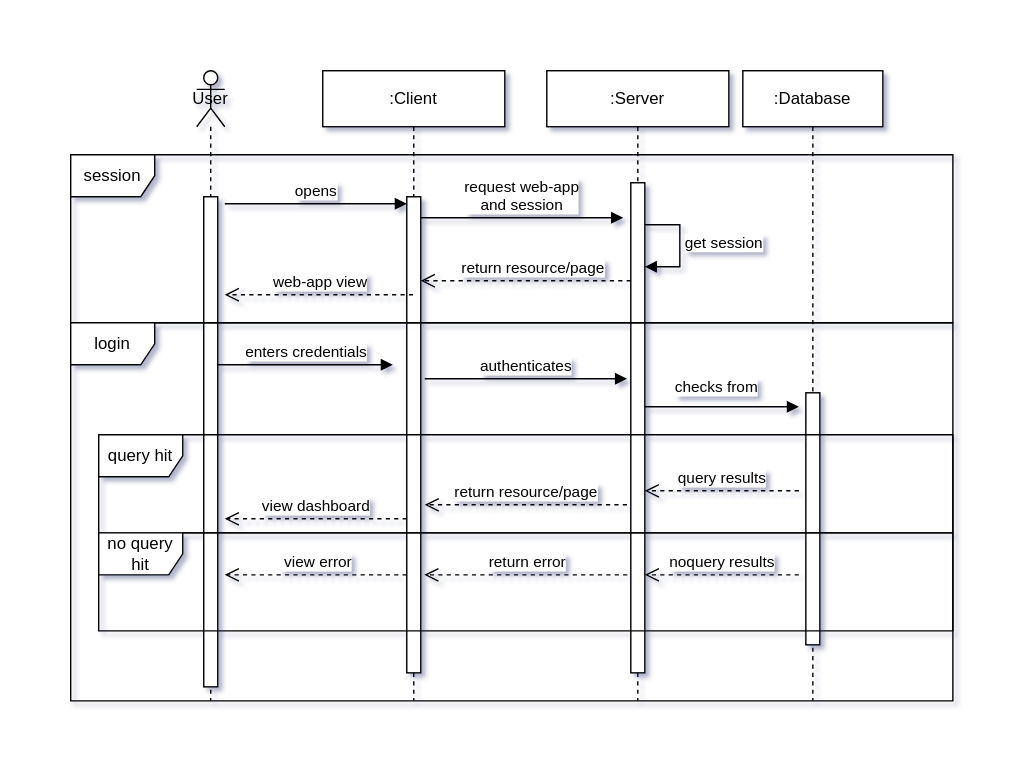
This is software requirement/spec/media/sequence/login-session.drawio.svg from nati-esh-zed/online_shopping_webapp, a draw.io export, as it was before one commit. Source tidied: cells renumbered, new cells last; positions are measured from the earlier drawing's top-left corner, leaving out a move shared by most shapes. Its diagram source:
```xml
<mxGraphModel>
  <root>
    <mxCell id="0" />
    <mxCell id="1" parent="0" />
    <mxCell id="2" value="get session" style="html=1;align=left;spacingLeft=2;endArrow=block;rounded=0;edgeStyle=orthogonalEdgeStyle;curved=0;rounded=0;" parent="1" edge="1">
      <mxGeometry relative="1" as="geometry">
        <mxPoint x="405" y="110" as="sourcePoint" />
        <mxPoint x="410" y="140" as="targetPoint" />
        <Array as="points">
          <mxPoint x="435" y="140" />
        </Array>
      </mxGeometry>
    </mxCell>
    <mxCell id="3" value=":Server" style="shape=umlLifeline;perimeter=lifelinePerimeter;whiteSpace=wrap;html=1;newEdgeStyle={&quot;curved&quot;:0,&quot;rounded&quot;:0};size=40;" parent="1" vertex="1">
      <mxGeometry x="340" width="130" height="450" as="geometry" />
    </mxCell>
    <mxCell id="4" style="html=1;points=[[0,0,0,0,5],[0,1,0,0,-5],[1,0,0,0,5],[1,1,0,0,-5]];perimeter=orthogonalPerimeter;outlineConnect=0;targetShapes=umlLifeline;portConstraint=eastwest;newEdgeStyle={&quot;curved&quot;:0,&quot;rounded&quot;:0};" parent="3" vertex="1">
      <mxGeometry x="60" y="80" width="10" height="350" as="geometry" />
    </mxCell>
    <mxCell id="5" value=":Client" style="shape=umlLifeline;perimeter=lifelinePerimeter;whiteSpace=wrap;html=1;outlineConnect=0;portConstraint=eastwest;newEdgeStyle={&quot;curved&quot;:0,&quot;rounded&quot;:0};" parent="1" vertex="1">
      <mxGeometry x="180" width="130" height="450" as="geometry" />
    </mxCell>
    <mxCell id="6" style="html=1;points=[[0,0,0,0,5],[0,1,0,0,-5],[1,0,0,0,5],[1,1,0,0,-5]];perimeter=orthogonalPerimeter;outlineConnect=0;targetShapes=umlLifeline;portConstraint=eastwest;newEdgeStyle={&quot;curved&quot;:0,&quot;rounded&quot;:0};" parent="5" vertex="1">
      <mxGeometry x="60" y="90" width="10" height="340" as="geometry" />
    </mxCell>
    <mxCell id="7" value="opens" style="html=1;verticalAlign=bottom;endArrow=block;curved=0;rounded=0;entryX=0;entryY=0;entryDx=0;entryDy=5;" parent="5" edge="1" target="6">
      <mxGeometry relative="1" as="geometry">
        <mxPoint x="-70" y="95" as="sourcePoint" />
      </mxGeometry>
    </mxCell>
    <mxCell id="8" value="User" style="shape=umlLifeline;perimeter=lifelinePerimeter;whiteSpace=wrap;html=1;newEdgeStyle={&quot;curved&quot;:0,&quot;rounded&quot;:0};participant=umlActor;size=40;" parent="1" vertex="1">
      <mxGeometry x="90" width="20" height="450" as="geometry" />
    </mxCell>
    <mxCell id="9" style="html=1;perimeter=orthogonalPerimeter;targetShapes=umlLifeline;newEdgeStyle={&quot;curved&quot;:0,&quot;rounded&quot;:0};" parent="8" vertex="1">
      <mxGeometry x="5" y="90" width="10" height="350" as="geometry" />
    </mxCell>
    <mxCell id="10" value=":Database" style="shape=umlLifeline;perimeter=lifelinePerimeter;whiteSpace=wrap;html=1;newEdgeStyle={&quot;curved&quot;:0,&quot;rounded&quot;:0};" parent="1" vertex="1">
      <mxGeometry x="480" width="100" height="450" as="geometry" />
    </mxCell>
    <mxCell id="11" style="html=1;perimeter=orthogonalPerimeter;targetShapes=umlLifeline;newEdgeStyle={&quot;curved&quot;:0,&quot;rounded&quot;:0};" parent="10" vertex="1">
      <mxGeometry x="45" y="230" width="10" height="180" as="geometry" />
    </mxCell>
    <mxCell id="12" value="web-app view" style="html=1;verticalAlign=bottom;endArrow=open;dashed=1;endSize=8;curved=0;rounded=0;" parent="1" edge="1" source="5">
      <mxGeometry x="-0.01" relative="1" as="geometry">
        <mxPoint x="110" y="160" as="targetPoint" />
      </mxGeometry>
    </mxCell>
    <mxCell id="13" value="session" style="shape=umlFrame;whiteSpace=wrap;html=1;" parent="1" vertex="1">
      <mxGeometry y="60" width="630" height="120" as="geometry" />
    </mxCell>
    <mxCell id="14" value="login" style="shape=umlFrame;whiteSpace=wrap;html=1;" parent="1" vertex="1">
      <mxGeometry y="180" width="630" height="270" as="geometry" />
    </mxCell>
    <mxCell id="15" value="enters credentials" style="html=1;verticalAlign=bottom;endArrow=block;curved=0;rounded=0;" parent="1" edge="1">
      <mxGeometry relative="1" as="geometry">
        <mxPoint x="105" y="210" as="sourcePoint" />
        <mxPoint x="230" y="210" as="targetPoint" />
      </mxGeometry>
    </mxCell>
    <mxCell id="16" value="view dashboard" style="html=1;verticalAlign=bottom;endArrow=open;dashed=1;endSize=8;curved=0;rounded=0;" parent="1" edge="1">
      <mxGeometry x="-0.01" relative="1" as="geometry">
        <mxPoint x="240" y="320" as="sourcePoint" />
        <mxPoint x="110" y="320" as="targetPoint" />
      </mxGeometry>
    </mxCell>
    <mxCell id="17" value="return resource/page" style="html=1;verticalAlign=bottom;endArrow=open;dashed=1;endSize=8;curved=0;rounded=0;" parent="1" edge="1">
      <mxGeometry relative="1" as="geometry">
        <mxPoint x="397.2" y="310" as="sourcePoint" />
        <mxPoint x="252.8" y="310" as="targetPoint" />
      </mxGeometry>
    </mxCell>
    <mxCell id="18" value="authenticates" style="html=1;verticalAlign=bottom;endArrow=block;curved=0;rounded=0;" parent="1" edge="1">
      <mxGeometry relative="1" as="geometry">
        <mxPoint x="252.8" y="220" as="sourcePoint" />
        <mxPoint x="397.2" y="220" as="targetPoint" />
      </mxGeometry>
    </mxCell>
    <mxCell id="19" style="html=1;verticalAlign=bottom;endArrow=block;curved=0;rounded=0;" parent="1" edge="1">
      <mxGeometry relative="1" as="geometry">
        <mxPoint x="410" y="240" as="sourcePoint" />
        <mxPoint x="520" y="240" as="targetPoint" />
      </mxGeometry>
    </mxCell>
    <mxCell id="20" value="checks from" style="edgeLabel;html=1;align=center;verticalAlign=middle;" parent="19" vertex="1">
      <mxGeometry x="-0.09" y="2" relative="1" as="geometry">
        <mxPoint y="-13" as="offset" />
      </mxGeometry>
    </mxCell>
    <mxCell id="21" value="query results" style="html=1;verticalAlign=bottom;endArrow=open;dashed=1;endSize=8;curved=0;rounded=0;" parent="1" edge="1" target="4">
      <mxGeometry relative="1" as="geometry">
        <mxPoint x="520" y="300" as="sourcePoint" />
      </mxGeometry>
    </mxCell>
    <mxCell id="22" value="noquery results" style="html=1;verticalAlign=bottom;endArrow=open;dashed=1;endSize=8;curved=0;rounded=0;" parent="1" edge="1">
      <mxGeometry relative="1" as="geometry">
        <mxPoint x="520" y="360" as="sourcePoint" />
        <mxPoint x="410" y="360" as="targetPoint" />
      </mxGeometry>
    </mxCell>
    <mxCell id="23" value="return error" style="html=1;verticalAlign=bottom;endArrow=open;dashed=1;endSize=8;curved=0;rounded=0;" parent="1" edge="1">
      <mxGeometry relative="1" as="geometry">
        <mxPoint x="397.5" y="360" as="sourcePoint" />
        <mxPoint x="252.5" y="360" as="targetPoint" />
      </mxGeometry>
    </mxCell>
    <mxCell id="24" value="&amp;nbsp;view error" style="html=1;verticalAlign=bottom;endArrow=open;dashed=1;endSize=8;curved=0;rounded=0;" parent="1" edge="1" source="6">
      <mxGeometry x="-0.01" relative="1" as="geometry">
        <mxPoint x="110" y="360" as="targetPoint" />
      </mxGeometry>
    </mxCell>
    <mxCell id="25" value="query hit" style="shape=umlFrame;whiteSpace=wrap;html=1;" parent="1" vertex="1">
      <mxGeometry x="20" y="260" width="610" height="70" as="geometry" />
    </mxCell>
    <mxCell id="26" value="no query hit" style="shape=umlFrame;whiteSpace=wrap;html=1;" parent="1" vertex="1">
      <mxGeometry x="20" y="330" width="610" height="70" as="geometry" />
    </mxCell>
    <mxCell id="27" value="return resource/page" style="html=1;verticalAlign=bottom;endArrow=open;dashed=1;endSize=8;curved=0;rounded=0;" parent="1" edge="1">
      <mxGeometry x="-0.07" relative="1" as="geometry">
        <mxPoint x="400" y="150" as="sourcePoint" />
        <mxPoint x="250" y="150" as="targetPoint" />
      </mxGeometry>
    </mxCell>
    <mxCell id="28" value="request web-app &lt;br&gt;and session" style="html=1;verticalAlign=bottom;endArrow=block;curved=0;rounded=0;" parent="1" edge="1">
      <mxGeometry relative="1" as="geometry">
        <mxPoint x="250" y="105" as="sourcePoint" />
        <mxPoint x="394.5" y="105" as="targetPoint" />
      </mxGeometry>
    </mxCell>
  </root>
</mxGraphModel>
```
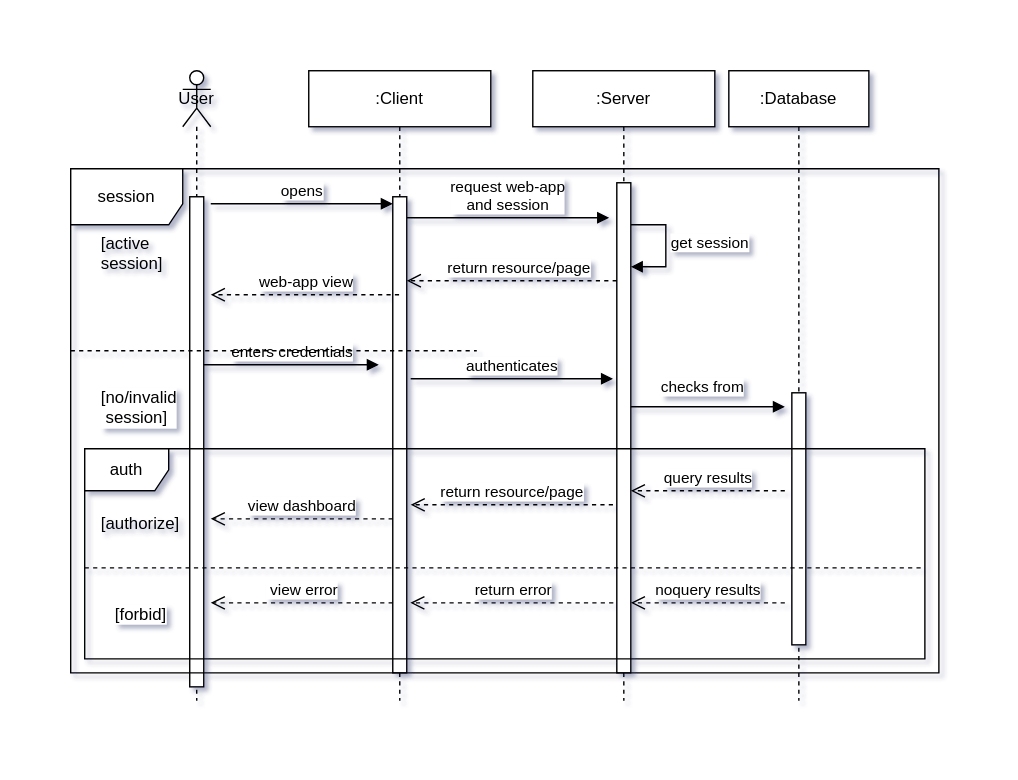
After the change.

Commit message:
update SRS and Sequence diagram, add Component diagram + write more topics on Chapter 4

Diff of the diagram source:
```diff
@@ -45,12 +45,6 @@
         <mxPoint x="110" y="160" as="targetPoint" />
       </mxGeometry>
     </mxCell>
-    <mxCell id="13" value="session" style="shape=umlFrame;whiteSpace=wrap;html=1;" parent="1" vertex="1">
-      <mxGeometry y="60" width="630" height="120" as="geometry" />
-    </mxCell>
-    <mxCell id="14" value="login" style="shape=umlFrame;whiteSpace=wrap;html=1;" parent="1" vertex="1">
-      <mxGeometry y="180" width="630" height="270" as="geometry" />
-    </mxCell>
     <mxCell id="15" value="enters credentials" style="html=1;verticalAlign=bottom;endArrow=block;curved=0;rounded=0;" parent="1" edge="1">
       <mxGeometry relative="1" as="geometry">
         <mxPoint x="105" y="210" as="sourcePoint" />
@@ -91,29 +85,6 @@
         <mxPoint x="520" y="300" as="sourcePoint" />
       </mxGeometry>
     </mxCell>
-    <mxCell id="22" value="noquery results" style="html=1;verticalAlign=bottom;endArrow=open;dashed=1;endSize=8;curved=0;rounded=0;" parent="1" edge="1">
-      <mxGeometry relative="1" as="geometry">
-        <mxPoint x="520" y="360" as="sourcePoint" />
-        <mxPoint x="410" y="360" as="targetPoint" />
-      </mxGeometry>
-    </mxCell>
-    <mxCell id="23" value="return error" style="html=1;verticalAlign=bottom;endArrow=open;dashed=1;endSize=8;curved=0;rounded=0;" parent="1" edge="1">
-      <mxGeometry relative="1" as="geometry">
-        <mxPoint x="397.5" y="360" as="sourcePoint" />
-        <mxPoint x="252.5" y="360" as="targetPoint" />
-      </mxGeometry>
-    </mxCell>
-    <mxCell id="24" value="&amp;nbsp;view error" style="html=1;verticalAlign=bottom;endArrow=open;dashed=1;endSize=8;curved=0;rounded=0;" parent="1" edge="1" source="6">
-      <mxGeometry x="-0.01" relative="1" as="geometry">
-        <mxPoint x="110" y="360" as="targetPoint" />
-      </mxGeometry>
-    </mxCell>
-    <mxCell id="25" value="query hit" style="shape=umlFrame;whiteSpace=wrap;html=1;" parent="1" vertex="1">
-      <mxGeometry x="20" y="260" width="610" height="70" as="geometry" />
-    </mxCell>
-    <mxCell id="26" value="no query hit" style="shape=umlFrame;whiteSpace=wrap;html=1;" parent="1" vertex="1">
-      <mxGeometry x="20" y="330" width="610" height="70" as="geometry" />
-    </mxCell>
     <mxCell id="27" value="return resource/page" style="html=1;verticalAlign=bottom;endArrow=open;dashed=1;endSize=8;curved=0;rounded=0;" parent="1" edge="1">
       <mxGeometry x="-0.07" relative="1" as="geometry">
         <mxPoint x="400" y="150" as="sourcePoint" />
@@ -126,5 +97,45 @@
         <mxPoint x="394.5" y="105" as="targetPoint" />
       </mxGeometry>
     </mxCell>
+    <mxCell id="13" value="session" style="shape=umlFrame;whiteSpace=wrap;html=1;width=80;height=40;" parent="1" vertex="1">
+      <mxGeometry x="10" y="70" width="620" height="360" as="geometry" />
+    </mxCell>
+    <mxCell id="29" value="[active&lt;br&gt;session]" style="text;html=1;" parent="13" vertex="1">
+      <mxGeometry width="100" height="20" relative="1" as="geometry">
+        <mxPoint x="20" y="40" as="offset" />
+      </mxGeometry>
+    </mxCell>
+    <mxCell id="30" value="[no/invalid&lt;br&gt;&amp;nbsp;session]" style="line;strokeWidth=1;dashed=1;labelPosition=center;verticalLabelPosition=bottom;align=left;verticalAlign=top;spacingLeft=20;spacingTop=15;html=1;whiteSpace=wrap;" parent="13" vertex="1">
+      <mxGeometry y="125" width="290" height="10" as="geometry" />
+    </mxCell>
+    <mxCell id="31" value="auth" style="shape=umlFrame;whiteSpace=wrap;html=1;width=60;height=30;" parent="13" vertex="1">
+      <mxGeometry x="10" y="200" width="600" height="150" as="geometry" />
+    </mxCell>
+    <mxCell id="32" value="[authorize]" style="text;html=1;" parent="31" vertex="1">
+      <mxGeometry width="100" height="20" relative="1" as="geometry">
+        <mxPoint x="10" y="40" as="offset" />
+      </mxGeometry>
+    </mxCell>
+    <mxCell id="24" value="&amp;nbsp;view error" style="html=1;verticalAlign=bottom;endArrow=open;dashed=1;endSize=8;curved=0;rounded=0;" parent="31" edge="1">
+      <mxGeometry x="-0.01" relative="1" as="geometry">
+        <mxPoint x="220" y="110" as="sourcePoint" />
+        <mxPoint x="90" y="110" as="targetPoint" />
+      </mxGeometry>
+    </mxCell>
+    <mxCell id="23" value="return error" style="html=1;verticalAlign=bottom;endArrow=open;dashed=1;endSize=8;curved=0;rounded=0;" parent="31" edge="1">
+      <mxGeometry relative="1" as="geometry">
+        <mxPoint x="377.5" y="110" as="sourcePoint" />
+        <mxPoint x="232.5" y="110" as="targetPoint" />
+      </mxGeometry>
+    </mxCell>
+    <mxCell id="22" value="noquery results" style="html=1;verticalAlign=bottom;endArrow=open;dashed=1;endSize=8;curved=0;rounded=0;" parent="31" edge="1">
+      <mxGeometry relative="1" as="geometry">
+        <mxPoint x="500" y="110" as="sourcePoint" />
+        <mxPoint x="390" y="110" as="targetPoint" />
+      </mxGeometry>
+    </mxCell>
+    <mxCell id="33" value="[forbid]" style="line;strokeWidth=1;dashed=1;labelPosition=center;verticalLabelPosition=bottom;align=left;verticalAlign=top;spacingLeft=20;spacingTop=15;html=1;whiteSpace=wrap;" parent="31" vertex="1">
+      <mxGeometry y="80" width="600" height="10" as="geometry" />
+    </mxCell>
   </root>
 </mxGraphModel>
```
